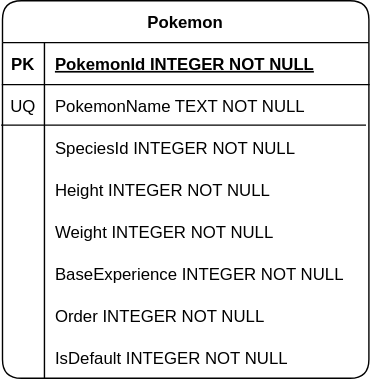
The draw.io diagram PokeCSharpDB.drawio.svg in alexander970/PokeCSharp, before a commit. Source tidied: cells renumbered, new cells last; positions are measured from the earlier drawing's top-left corner, leaving out a move shared by most shapes. The source it was exported from:
```xml
<mxGraphModel>
  <root>
    <mxCell id="0" />
    <mxCell id="1" parent="0" />
    <mxCell id="2" value="Pokemon" style="shape=table;startSize=30;rowLines=0;fontStyle=1;align=center;rounded=1;" parent="1" vertex="1">
      <mxGeometry x="1" width="262" height="270" as="geometry" />
    </mxCell>
    <mxCell id="3" style="shape=tableRow;horizontal=0;startSize=0;swimlaneHead=0;swimlaneBody=0;fillColor=none;top=0;left=0;right=0;bottom=1;rounded=1;" parent="2" vertex="1">
      <mxGeometry y="30" width="262" height="30" as="geometry" />
    </mxCell>
    <mxCell id="4" value="PK" style="shape=partialRectangle;fillColor=none;top=0;left=0;bottom=0;right=0;fontStyle=1;overflow=hidden;rounded=1;" parent="3" vertex="1">
      <mxGeometry width="30" height="30" as="geometry" />
    </mxCell>
    <mxCell id="5" value="PokemonId INTEGER NOT NULL" style="shape=partialRectangle;fillColor=none;top=0;left=0;bottom=0;right=0;align=left;spacingLeft=6;fontStyle=5;overflow=hidden;rounded=1;" parent="3" vertex="1">
      <mxGeometry x="30" width="232" height="30" as="geometry" />
    </mxCell>
    <mxCell id="6" style="shape=tableRow;horizontal=0;startSize=0;swimlaneHead=0;swimlaneBody=0;fillColor=none;top=0;left=0;right=0;bottom=0;rounded=1;" parent="2" vertex="1">
      <mxGeometry y="60" width="262" height="30" as="geometry" />
    </mxCell>
    <mxCell id="7" value="UQ" style="shape=partialRectangle;fillColor=none;top=0;left=0;bottom=0;right=0;overflow=hidden;rounded=1;" parent="6" vertex="1">
      <mxGeometry width="30" height="30" as="geometry" />
    </mxCell>
    <mxCell id="8" value="PokemonName TEXT NOT NULL" style="shape=partialRectangle;fillColor=none;top=0;left=0;bottom=0;right=0;align=left;spacingLeft=6;overflow=hidden;rounded=1;" parent="6" vertex="1">
      <mxGeometry x="30" width="232" height="30" as="geometry" />
    </mxCell>
    <mxCell id="9" style="shape=tableRow;horizontal=0;startSize=0;swimlaneHead=0;swimlaneBody=0;fillColor=none;top=0;left=0;right=0;bottom=0;rounded=1;" parent="2" vertex="1">
      <mxGeometry y="90" width="262" height="30" as="geometry" />
    </mxCell>
    <mxCell id="10" style="shape=partialRectangle;fillColor=none;top=0;left=0;bottom=0;right=0;overflow=hidden;rounded=1;" parent="9" vertex="1">
      <mxGeometry width="30" height="30" as="geometry" />
    </mxCell>
    <mxCell id="11" value="SpeciesId INTEGER NOT NULL" style="shape=partialRectangle;fillColor=none;top=0;left=0;bottom=0;right=0;align=left;spacingLeft=6;overflow=hidden;rounded=1;" parent="9" vertex="1">
      <mxGeometry x="30" width="232" height="30" as="geometry" />
    </mxCell>
    <mxCell id="12" style="shape=tableRow;horizontal=0;startSize=0;swimlaneHead=0;swimlaneBody=0;fillColor=none;top=0;left=0;right=0;bottom=0;rounded=1;" parent="2" vertex="1">
      <mxGeometry y="120" width="262" height="30" as="geometry" />
    </mxCell>
    <mxCell id="13" style="shape=partialRectangle;fillColor=none;top=0;left=0;bottom=0;right=0;overflow=hidden;rounded=1;" parent="12" vertex="1">
      <mxGeometry width="30" height="30" as="geometry" />
    </mxCell>
    <mxCell id="14" value="Height INTEGER NOT NULL" style="shape=partialRectangle;fillColor=none;top=0;left=0;bottom=0;right=0;align=left;spacingLeft=6;overflow=hidden;rounded=1;" parent="12" vertex="1">
      <mxGeometry x="30" width="232" height="30" as="geometry" />
    </mxCell>
    <mxCell id="15" style="shape=tableRow;horizontal=0;startSize=0;swimlaneHead=0;swimlaneBody=0;fillColor=none;top=0;left=0;right=0;bottom=0;rounded=1;" parent="2" vertex="1">
      <mxGeometry y="150" width="262" height="30" as="geometry" />
    </mxCell>
    <mxCell id="16" style="shape=partialRectangle;fillColor=none;top=0;left=0;bottom=0;right=0;overflow=hidden;rounded=1;" parent="15" vertex="1">
      <mxGeometry width="30" height="30" as="geometry" />
    </mxCell>
    <mxCell id="17" value="Weight INTEGER NOT NULL" style="shape=partialRectangle;fillColor=none;top=0;left=0;bottom=0;right=0;align=left;spacingLeft=6;overflow=hidden;rounded=1;" parent="15" vertex="1">
      <mxGeometry x="30" width="232" height="30" as="geometry" />
    </mxCell>
    <mxCell id="18" style="shape=tableRow;horizontal=0;startSize=0;swimlaneHead=0;swimlaneBody=0;fillColor=none;top=0;left=0;right=0;bottom=0;rounded=1;" parent="2" vertex="1">
      <mxGeometry y="180" width="262" height="30" as="geometry" />
    </mxCell>
    <mxCell id="19" style="shape=partialRectangle;fillColor=none;top=0;left=0;bottom=0;right=0;overflow=hidden;rounded=1;" parent="18" vertex="1">
      <mxGeometry width="30" height="30" as="geometry" />
    </mxCell>
    <mxCell id="20" value="BaseExperience INTEGER NOT NULL" style="shape=partialRectangle;fillColor=none;top=0;left=0;bottom=0;right=0;align=left;spacingLeft=6;overflow=hidden;rounded=1;" parent="18" vertex="1">
      <mxGeometry x="30" width="232" height="30" as="geometry" />
    </mxCell>
    <mxCell id="21" style="shape=tableRow;horizontal=0;startSize=0;swimlaneHead=0;swimlaneBody=0;fillColor=none;top=0;left=0;right=0;bottom=0;rounded=1;" parent="2" vertex="1">
      <mxGeometry y="210" width="262" height="30" as="geometry" />
    </mxCell>
    <mxCell id="22" style="shape=partialRectangle;fillColor=none;top=0;left=0;bottom=0;right=0;overflow=hidden;rounded=1;" parent="21" vertex="1">
      <mxGeometry width="30" height="30" as="geometry" />
    </mxCell>
    <mxCell id="23" value="Order INTEGER NOT NULL" style="shape=partialRectangle;fillColor=none;top=0;left=0;bottom=0;right=0;align=left;spacingLeft=6;overflow=hidden;rounded=1;" parent="21" vertex="1">
      <mxGeometry x="30" width="232" height="30" as="geometry" />
    </mxCell>
    <mxCell id="24" style="shape=tableRow;horizontal=0;startSize=0;swimlaneHead=0;swimlaneBody=0;fillColor=none;top=0;left=0;right=0;bottom=0;rounded=1;" parent="2" vertex="1">
      <mxGeometry y="240" width="262" height="30" as="geometry" />
    </mxCell>
    <mxCell id="25" style="shape=partialRectangle;fillColor=none;top=0;left=0;bottom=0;right=0;overflow=hidden;rounded=1;" parent="24" vertex="1">
      <mxGeometry width="30" height="30" as="geometry" />
    </mxCell>
    <mxCell id="26" value="IsDefault INTEGER NOT NULL" style="shape=partialRectangle;fillColor=none;top=0;left=0;bottom=0;right=0;align=left;spacingLeft=6;overflow=hidden;rounded=1;" parent="24" vertex="1">
      <mxGeometry x="30" width="232" height="30" as="geometry" />
    </mxCell>
    <mxCell id="27" style="endArrow=none;html=1;rounded=1;entryX=0.992;entryY=-0.034;entryDx=0;entryDy=0;entryPerimeter=0;" parent="2" edge="1">
      <mxGeometry relative="1" as="geometry">
        <mxPoint x="-1" y="89" as="sourcePoint" />
        <mxPoint x="259.9" y="89" as="targetPoint" />
      </mxGeometry>
    </mxCell>
  </root>
</mxGraphModel>
```
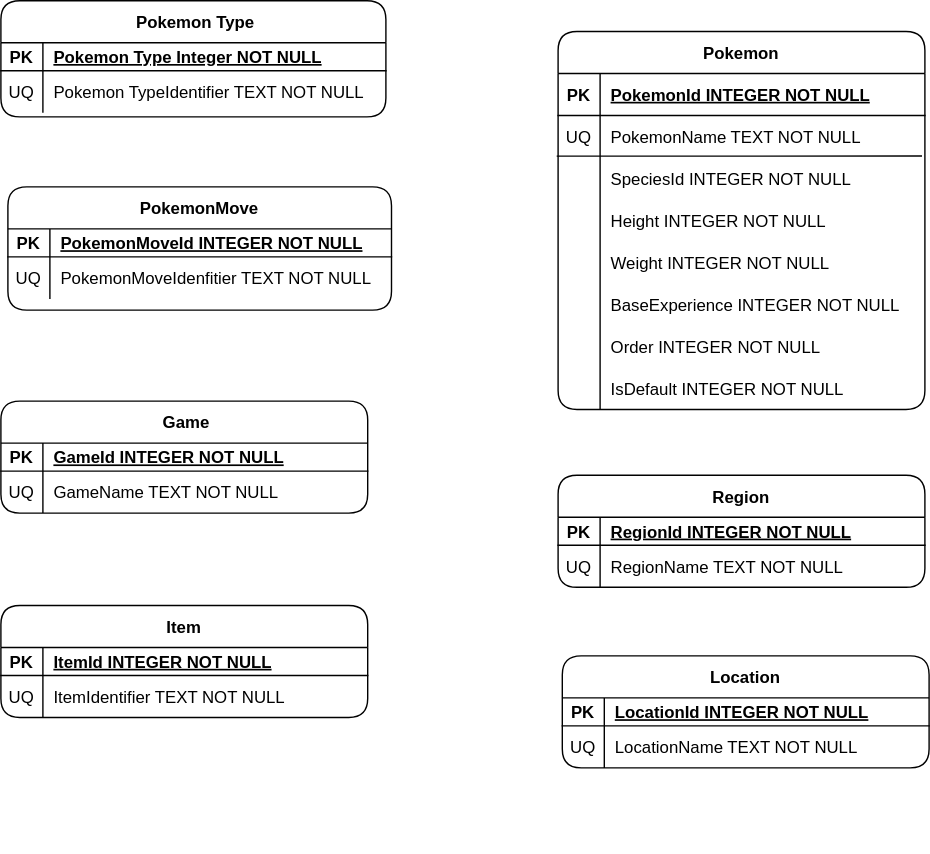
After the commit.

What changed in the source:
```diff
@@ -83,5 +83,167 @@
         <mxPoint x="259.9" y="89" as="targetPoint" />
       </mxGeometry>
     </mxCell>
+    <mxCell id="28" value=" Pokemon Type" style="shape=table;startSize=30;rowLines=0;fontStyle=1;align=center;rounded=1;" parent="1" vertex="1">
+      <mxGeometry x="-397" y="-22" width="275" height="83" as="geometry" />
+    </mxCell>
+    <mxCell id="29" style="shape=tableRow;horizontal=0;startSize=0;swimlaneHead=0;swimlaneBody=0;fillColor=none;top=0;left=0;right=0;bottom=1;rounded=1;" parent="28" vertex="1">
+      <mxGeometry y="30" width="275" height="20" as="geometry" />
+    </mxCell>
+    <mxCell id="30" value="PK" style="shape=partialRectangle;fillColor=none;top=0;left=0;bottom=0;right=0;fontStyle=1;overflow=hidden;rounded=1;" parent="29" vertex="1">
+      <mxGeometry width="30" height="20" as="geometry" />
+    </mxCell>
+    <mxCell id="31" value="Pokemon Type Integer NOT NULL" style="shape=partialRectangle;fillColor=none;top=0;left=0;bottom=0;right=0;align=left;spacingLeft=6;fontStyle=5;overflow=hidden;rounded=1;" parent="29" vertex="1">
+      <mxGeometry x="30" width="245" height="20" as="geometry" />
+    </mxCell>
+    <mxCell id="32" style="shape=tableRow;horizontal=0;startSize=0;swimlaneHead=0;swimlaneBody=0;fillColor=none;top=0;left=0;right=0;bottom=0;rounded=1;" parent="28" vertex="1">
+      <mxGeometry y="50" width="275" height="30" as="geometry" />
+    </mxCell>
+    <mxCell id="33" value="UQ" style="shape=partialRectangle;fillColor=none;top=0;left=0;bottom=0;right=0;overflow=hidden;rounded=1;" parent="32" vertex="1">
+      <mxGeometry width="30" height="30" as="geometry" />
+    </mxCell>
+    <mxCell id="34" value="Pokemon TypeIdentifier TEXT NOT NULL" style="shape=partialRectangle;fillColor=none;top=0;left=0;bottom=0;right=0;align=left;spacingLeft=6;overflow=hidden;rounded=1;" parent="32" vertex="1">
+      <mxGeometry x="30" width="245" height="30" as="geometry" />
+    </mxCell>
+    <mxCell id="35" style="endArrow=none;html=1;rounded=1;strokeColor=none;" parent="28" edge="1">
+      <mxGeometry relative="1" as="geometry">
+        <mxPoint x="185" y="138" as="sourcePoint" />
+        <mxPoint x="185" y="140" as="targetPoint" />
+      </mxGeometry>
+    </mxCell>
+    <mxCell id="36" value="PokemonMove" style="shape=table;startSize=30;rowLines=0;fontStyle=1;align=center;rounded=1;" parent="1" vertex="1">
+      <mxGeometry x="-392" y="111" width="274" height="88" as="geometry" />
+    </mxCell>
+    <mxCell id="37" style="shape=tableRow;horizontal=0;startSize=0;swimlaneHead=0;swimlaneBody=0;fillColor=none;top=0;left=0;right=0;bottom=1;rounded=1;" parent="36" vertex="1">
+      <mxGeometry y="30" width="274" height="20" as="geometry" />
+    </mxCell>
+    <mxCell id="38" value="PK" style="shape=partialRectangle;fillColor=none;top=0;left=0;bottom=0;right=0;fontStyle=1;overflow=hidden;rounded=1;" parent="37" vertex="1">
+      <mxGeometry width="30" height="20" as="geometry" />
+    </mxCell>
+    <mxCell id="39" value="PokemonMoveId INTEGER NOT NULL" style="shape=partialRectangle;fillColor=none;top=0;left=0;bottom=0;right=0;align=left;spacingLeft=6;fontStyle=5;overflow=hidden;rounded=1;" parent="37" vertex="1">
+      <mxGeometry x="30" width="244" height="20" as="geometry" />
+    </mxCell>
+    <mxCell id="40" style="shape=tableRow;horizontal=0;startSize=0;swimlaneHead=0;swimlaneBody=0;fillColor=none;top=0;left=0;right=0;bottom=0;rounded=1;" parent="36" vertex="1">
+      <mxGeometry y="50" width="274" height="30" as="geometry" />
+    </mxCell>
+    <mxCell id="41" value="UQ" style="shape=partialRectangle;fillColor=none;top=0;left=0;bottom=0;right=0;overflow=hidden;rounded=1;" parent="40" vertex="1">
+      <mxGeometry width="30" height="30" as="geometry" />
+    </mxCell>
+    <mxCell id="42" value="PokemonMoveIdenfitier TEXT NOT NULL" style="shape=partialRectangle;fillColor=none;top=0;left=0;bottom=0;right=0;align=left;spacingLeft=6;overflow=hidden;rounded=1;" parent="40" vertex="1">
+      <mxGeometry x="30" width="244" height="30" as="geometry" />
+    </mxCell>
+    <mxCell id="43" style="endArrow=none;html=1;rounded=1;strokeColor=none;" parent="36" edge="1">
+      <mxGeometry relative="1" as="geometry">
+        <mxPoint x="185" y="138" as="sourcePoint" />
+        <mxPoint x="185" y="140" as="targetPoint" />
+      </mxGeometry>
+    </mxCell>
+    <mxCell id="44" value=" Game" style="shape=table;startSize=30;rowLines=0;fontStyle=1;align=center;rounded=1;" parent="1" vertex="1">
+      <mxGeometry x="-397" y="264" width="262" height="80" as="geometry" />
+    </mxCell>
+    <mxCell id="45" style="shape=tableRow;horizontal=0;startSize=0;swimlaneHead=0;swimlaneBody=0;fillColor=none;top=0;left=0;right=0;bottom=1;rounded=1;" parent="44" vertex="1">
+      <mxGeometry y="30" width="262" height="20" as="geometry" />
+    </mxCell>
+    <mxCell id="46" value="PK" style="shape=partialRectangle;fillColor=none;top=0;left=0;bottom=0;right=0;fontStyle=1;overflow=hidden;rounded=1;" parent="45" vertex="1">
+      <mxGeometry width="30" height="20" as="geometry" />
+    </mxCell>
+    <mxCell id="47" value="GameId INTEGER NOT NULL" style="shape=partialRectangle;fillColor=none;top=0;left=0;bottom=0;right=0;align=left;spacingLeft=6;fontStyle=5;overflow=hidden;rounded=1;" parent="45" vertex="1">
+      <mxGeometry x="30" width="232" height="20" as="geometry" />
+    </mxCell>
+    <mxCell id="48" style="shape=tableRow;horizontal=0;startSize=0;swimlaneHead=0;swimlaneBody=0;fillColor=none;top=0;left=0;right=0;bottom=0;rounded=1;" parent="44" vertex="1">
+      <mxGeometry y="50" width="262" height="30" as="geometry" />
+    </mxCell>
+    <mxCell id="49" value="UQ" style="shape=partialRectangle;fillColor=none;top=0;left=0;bottom=0;right=0;overflow=hidden;rounded=1;" parent="48" vertex="1">
+      <mxGeometry width="30" height="30" as="geometry" />
+    </mxCell>
+    <mxCell id="50" value="GameName TEXT NOT NULL" style="shape=partialRectangle;fillColor=none;top=0;left=0;bottom=0;right=0;align=left;spacingLeft=6;overflow=hidden;rounded=1;" parent="48" vertex="1">
+      <mxGeometry x="30" width="232" height="30" as="geometry" />
+    </mxCell>
+    <mxCell id="51" style="endArrow=none;html=1;rounded=1;strokeColor=none;" parent="44" edge="1">
+      <mxGeometry relative="1" as="geometry">
+        <mxPoint x="185" y="138" as="sourcePoint" />
+        <mxPoint x="185" y="140" as="targetPoint" />
+      </mxGeometry>
+    </mxCell>
+    <mxCell id="52" value="Item" style="shape=table;startSize=30;rowLines=0;fontStyle=1;align=center;rounded=1;" parent="1" vertex="1">
+      <mxGeometry x="-397" y="410" width="262" height="80" as="geometry" />
+    </mxCell>
+    <mxCell id="53" style="shape=tableRow;horizontal=0;startSize=0;swimlaneHead=0;swimlaneBody=0;fillColor=none;top=0;left=0;right=0;bottom=1;rounded=1;" parent="52" vertex="1">
+      <mxGeometry y="30" width="262" height="20" as="geometry" />
+    </mxCell>
+    <mxCell id="54" value="PK" style="shape=partialRectangle;fillColor=none;top=0;left=0;bottom=0;right=0;fontStyle=1;overflow=hidden;rounded=1;" parent="53" vertex="1">
+      <mxGeometry width="30" height="20" as="geometry" />
+    </mxCell>
+    <mxCell id="55" value="ItemId INTEGER NOT NULL" style="shape=partialRectangle;fillColor=none;top=0;left=0;bottom=0;right=0;align=left;spacingLeft=6;fontStyle=5;overflow=hidden;rounded=1;" parent="53" vertex="1">
+      <mxGeometry x="30" width="232" height="20" as="geometry" />
+    </mxCell>
+    <mxCell id="56" style="shape=tableRow;horizontal=0;startSize=0;swimlaneHead=0;swimlaneBody=0;fillColor=none;top=0;left=0;right=0;bottom=0;rounded=1;" parent="52" vertex="1">
+      <mxGeometry y="50" width="262" height="30" as="geometry" />
+    </mxCell>
+    <mxCell id="57" value="UQ" style="shape=partialRectangle;fillColor=none;top=0;left=0;bottom=0;right=0;overflow=hidden;rounded=1;" parent="56" vertex="1">
+      <mxGeometry width="30" height="30" as="geometry" />
+    </mxCell>
+    <mxCell id="58" value="ItemIdentifier TEXT NOT NULL " style="shape=partialRectangle;fillColor=none;top=0;left=0;bottom=0;right=0;align=left;spacingLeft=6;overflow=hidden;rounded=1;" parent="56" vertex="1">
+      <mxGeometry x="30" width="232" height="30" as="geometry" />
+    </mxCell>
+    <mxCell id="59" style="endArrow=none;html=1;rounded=1;strokeColor=none;" parent="52" edge="1">
+      <mxGeometry relative="1" as="geometry">
+        <mxPoint x="185" y="138" as="sourcePoint" />
+        <mxPoint x="185" y="140" as="targetPoint" />
+      </mxGeometry>
+    </mxCell>
+    <mxCell id="60" value="Region" style="shape=table;startSize=30;rowLines=0;fontStyle=1;align=center;rounded=1;" parent="1" vertex="1">
+      <mxGeometry x="1" y="317" width="262" height="80" as="geometry" />
+    </mxCell>
+    <mxCell id="61" style="shape=tableRow;horizontal=0;startSize=0;swimlaneHead=0;swimlaneBody=0;fillColor=none;top=0;left=0;right=0;bottom=1;rounded=1;" parent="60" vertex="1">
+      <mxGeometry y="30" width="262" height="20" as="geometry" />
+    </mxCell>
+    <mxCell id="62" value="PK" style="shape=partialRectangle;fillColor=none;top=0;left=0;bottom=0;right=0;fontStyle=1;overflow=hidden;rounded=1;" parent="61" vertex="1">
+      <mxGeometry width="30" height="20" as="geometry" />
+    </mxCell>
+    <mxCell id="63" value="RegionId INTEGER NOT NULL" style="shape=partialRectangle;fillColor=none;top=0;left=0;bottom=0;right=0;align=left;spacingLeft=6;fontStyle=5;overflow=hidden;rounded=1;" parent="61" vertex="1">
+      <mxGeometry x="30" width="232" height="20" as="geometry" />
+    </mxCell>
+    <mxCell id="64" style="shape=tableRow;horizontal=0;startSize=0;swimlaneHead=0;swimlaneBody=0;fillColor=none;top=0;left=0;right=0;bottom=0;rounded=1;" parent="60" vertex="1">
+      <mxGeometry y="50" width="262" height="30" as="geometry" />
+    </mxCell>
+    <mxCell id="65" value="UQ" style="shape=partialRectangle;fillColor=none;top=0;left=0;bottom=0;right=0;overflow=hidden;rounded=1;" parent="64" vertex="1">
+      <mxGeometry width="30" height="30" as="geometry" />
+    </mxCell>
+    <mxCell id="66" value="RegionName TEXT NOT NULL" style="shape=partialRectangle;fillColor=none;top=0;left=0;bottom=0;right=0;align=left;spacingLeft=6;overflow=hidden;rounded=1;" parent="64" vertex="1">
+      <mxGeometry x="30" width="232" height="30" as="geometry" />
+    </mxCell>
+    <mxCell id="67" style="endArrow=none;html=1;rounded=1;strokeColor=none;" parent="60" edge="1">
+      <mxGeometry relative="1" as="geometry">
+        <mxPoint x="185" y="138" as="sourcePoint" />
+        <mxPoint x="185" y="140" as="targetPoint" />
+      </mxGeometry>
+    </mxCell>
+    <mxCell id="68" value="Location" style="shape=table;startSize=30;rowLines=0;fontStyle=1;align=center;rounded=1;" parent="1" vertex="1">
+      <mxGeometry x="4" y="446" width="262" height="80" as="geometry" />
+    </mxCell>
+    <mxCell id="69" style="shape=tableRow;horizontal=0;startSize=0;swimlaneHead=0;swimlaneBody=0;fillColor=none;top=0;left=0;right=0;bottom=1;rounded=1;" parent="68" vertex="1">
+      <mxGeometry y="30" width="262" height="20" as="geometry" />
+    </mxCell>
+    <mxCell id="70" value="PK" style="shape=partialRectangle;fillColor=none;top=0;left=0;bottom=0;right=0;fontStyle=1;overflow=hidden;rounded=1;" parent="69" vertex="1">
+      <mxGeometry width="30" height="20" as="geometry" />
+    </mxCell>
+    <mxCell id="71" value="LocationId INTEGER NOT NULL" style="shape=partialRectangle;fillColor=none;top=0;left=0;bottom=0;right=0;align=left;spacingLeft=6;fontStyle=5;overflow=hidden;rounded=1;" parent="69" vertex="1">
+      <mxGeometry x="30" width="232" height="20" as="geometry" />
+    </mxCell>
+    <mxCell id="72" style="shape=tableRow;horizontal=0;startSize=0;swimlaneHead=0;swimlaneBody=0;fillColor=none;top=0;left=0;right=0;bottom=0;rounded=1;" parent="68" vertex="1">
+      <mxGeometry y="50" width="262" height="30" as="geometry" />
+    </mxCell>
+    <mxCell id="73" value="UQ" style="shape=partialRectangle;fillColor=none;top=0;left=0;bottom=0;right=0;overflow=hidden;rounded=1;" parent="72" vertex="1">
+      <mxGeometry width="30" height="30" as="geometry" />
+    </mxCell>
+    <mxCell id="74" value="LocationName TEXT NOT NULL" style="shape=partialRectangle;fillColor=none;top=0;left=0;bottom=0;right=0;align=left;spacingLeft=6;overflow=hidden;rounded=1;" parent="72" vertex="1">
+      <mxGeometry x="30" width="232" height="30" as="geometry" />
+    </mxCell>
+    <mxCell id="75" style="endArrow=none;html=1;rounded=1;strokeColor=none;" parent="68" edge="1">
+      <mxGeometry relative="1" as="geometry">
+        <mxPoint x="185" y="138" as="sourcePoint" />
+        <mxPoint x="185" y="140" as="targetPoint" />
+      </mxGeometry>
+    </mxCell>
   </root>
 </mxGraphModel>
```
